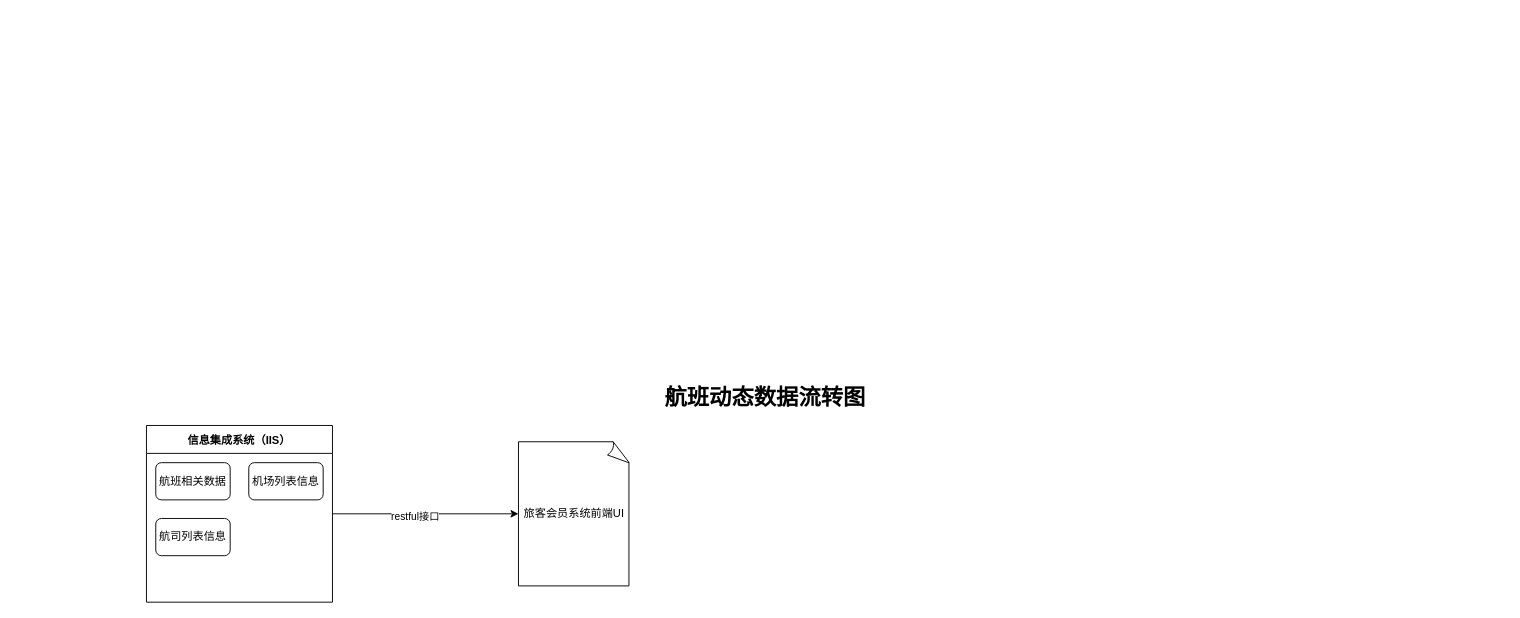
Above: 航班动态数据流转图.drawio in yang981209/gitskills (draw.io), before the change. Source tidied: cells renumbered, new cells numbered last; positions are measured from the earlier drawing's top-left corner, leaving out a move shared by most shapes. Both pictures are drawn from the tidied source at 93%, with x=0, y=0 at pixel (25, 379).
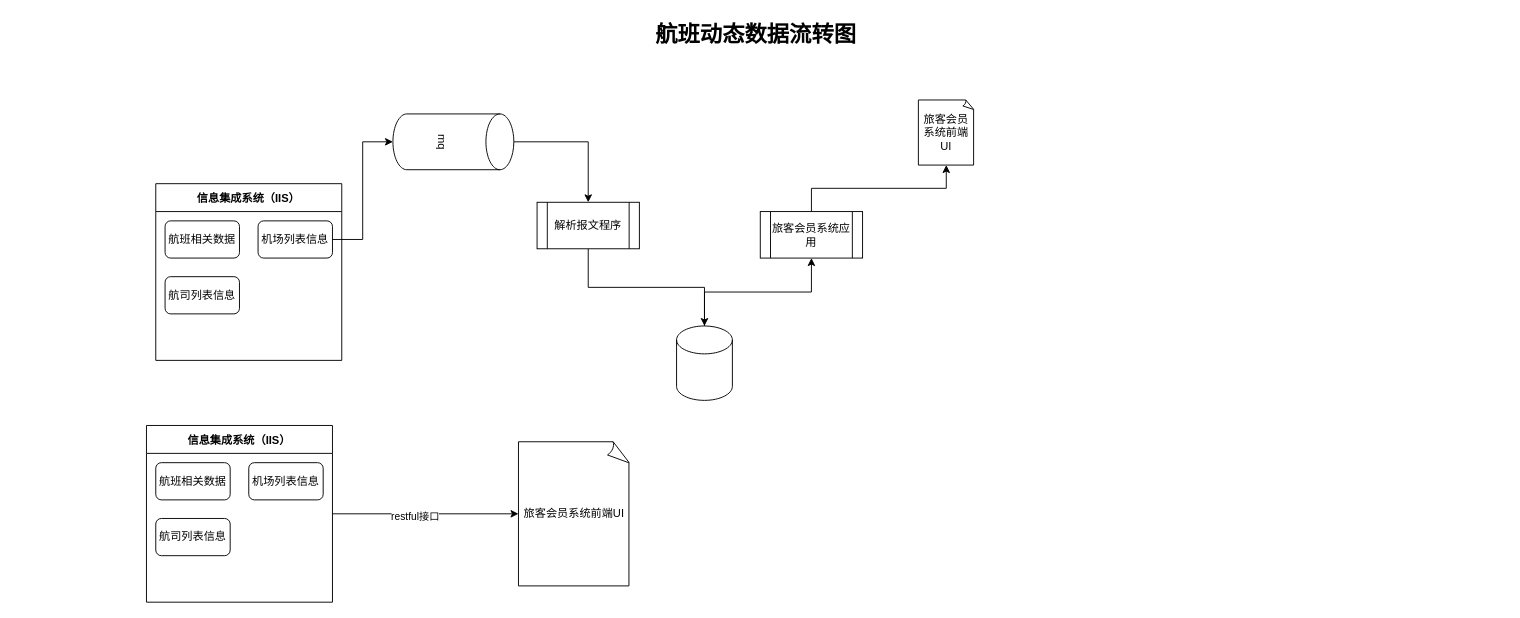
The same page after the edit.

Commit message:
更新航班动态数据流转图.drawio

The edit, as a diff of the source:
```diff
@@
     <mxCell id="2" value="航班动态数据流转图&lt;br&gt;" style="text;strokeColor=none;fillColor=none;html=1;fontSize=24;fontStyle=1;verticalAlign=middle;align=center;" parent="1" vertex="1">
-      <mxGeometry width="1590" height="40" as="geometry" />
+      <mxGeometry x="-10" y="-390" width="1590" height="40" as="geometry" />
     </mxCell>
@@
+    <mxCell id="10" value="信息集成系统（IIS）" style="swimlane;startSize=30;rounded=1;arcSize=0;" parent="1" vertex="1">
+      <mxGeometry x="140" y="-210" width="200" height="190" as="geometry" />
+    </mxCell>
+    <mxCell id="11" value="航班相关数据" style="whiteSpace=wrap;html=1;rounded=1;" parent="10" vertex="1">
+      <mxGeometry x="10" y="40" width="80" height="40" as="geometry" />
+    </mxCell>
+    <mxCell id="12" value="机场列表信息" style="whiteSpace=wrap;html=1;rounded=1;" parent="10" vertex="1">
+      <mxGeometry x="110" y="40" width="80" height="40" as="geometry" />
+    </mxCell>
+    <mxCell id="13" value="航司列表信息" style="whiteSpace=wrap;html=1;rounded=1;" parent="10" vertex="1">
+      <mxGeometry x="10" y="100" width="80" height="40" as="geometry" />
+    </mxCell>
+    <mxCell id="14" value="旅客会员系统前端UI" style="whiteSpace=wrap;html=1;shape=mxgraph.basic.document;rounded=1;" parent="1" vertex="1">
+      <mxGeometry x="960" y="-300" width="60" height="70" as="geometry" />
+    </mxCell>
+    <mxCell id="15" style="edgeStyle=orthogonalEdgeStyle;rounded=0;jettySize=auto;html=1;entryX=0.5;entryY=0;entryDx=0;entryDy=0;" parent="1" edge="1" source="16" target="19">
+      <mxGeometry relative="1" as="geometry" />
+    </mxCell>
+    <mxCell id="16" value="mq" style="shape=cylinder3;whiteSpace=wrap;html=1;boundedLbl=1;backgroundOutline=1;size=15;rotation=90;" parent="1" vertex="1">
+      <mxGeometry x="430" y="-320" width="60" height="130" as="geometry" />
+    </mxCell>
+    <mxCell id="17" style="edgeStyle=orthogonalEdgeStyle;rounded=0;jettySize=auto;html=1;entryX=0.5;entryY=1;entryDx=0;entryDy=0;entryPerimeter=0;" parent="1" edge="1" source="12" target="16">
+      <mxGeometry relative="1" as="geometry" />
+    </mxCell>
+    <mxCell id="18" style="edgeStyle=orthogonalEdgeStyle;rounded=0;jettySize=auto;html=1;exitX=0.5;exitY=1;exitDx=0;exitDy=0;" parent="1" edge="1" source="19" target="21">
+      <mxGeometry relative="1" as="geometry" />
+    </mxCell>
+    <mxCell id="19" value="解析报文程序" style="shape=process;whiteSpace=wrap;html=1;backgroundOutline=1;" parent="1" vertex="1">
+      <mxGeometry x="550" y="-190" width="110" height="50" as="geometry" />
+    </mxCell>
+    <mxCell id="20" style="edgeStyle=orthogonalEdgeStyle;rounded=0;jettySize=auto;html=1;exitX=0.5;exitY=0;exitDx=0;exitDy=0;exitPerimeter=0;" parent="1" edge="1" source="21" target="23">
+      <mxGeometry relative="1" as="geometry" />
+    </mxCell>
+    <mxCell id="21" style="shape=cylinder3;whiteSpace=wrap;html=1;boundedLbl=1;backgroundOutline=1;size=15;" parent="1" vertex="1">
+      <mxGeometry x="700" y="-57" width="60" height="80" as="geometry" />
+    </mxCell>
+    <mxCell id="22" style="edgeStyle=orthogonalEdgeStyle;rounded=0;jettySize=auto;html=1;exitX=0.5;exitY=0;exitDx=0;exitDy=0;entryX=0.5;entryY=1;entryDx=0;entryDy=0;entryPerimeter=0;" parent="1" edge="1" source="23" target="14">
+      <mxGeometry relative="1" as="geometry" />
+    </mxCell>
+    <mxCell id="23" value="旅客会员系统应用" style="shape=process;whiteSpace=wrap;html=1;backgroundOutline=1;" parent="1" vertex="1">
+      <mxGeometry x="790" y="-180" width="110" height="50" as="geometry" />
+    </mxCell>
```
